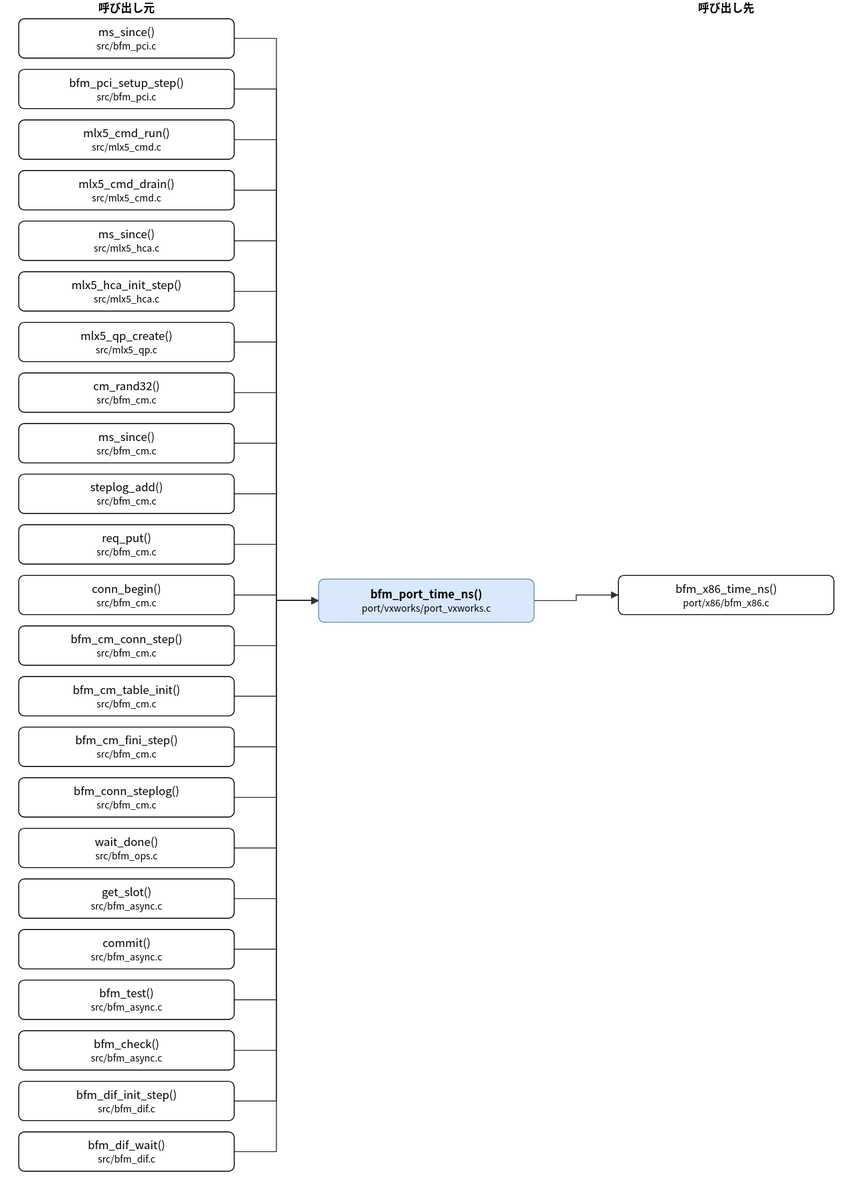
hf355051012-ai/bfmem keeps this draw.io diagram as doc/spec/images/call_port_vxworks_port_vxworks-bfm_port_time_ns.drawio.svg. Above is the earlier version. Source tidied: cells renumbered, new cells last; positions are measured from the earlier drawing's top-left corner, leaving out a move shared by most shapes.
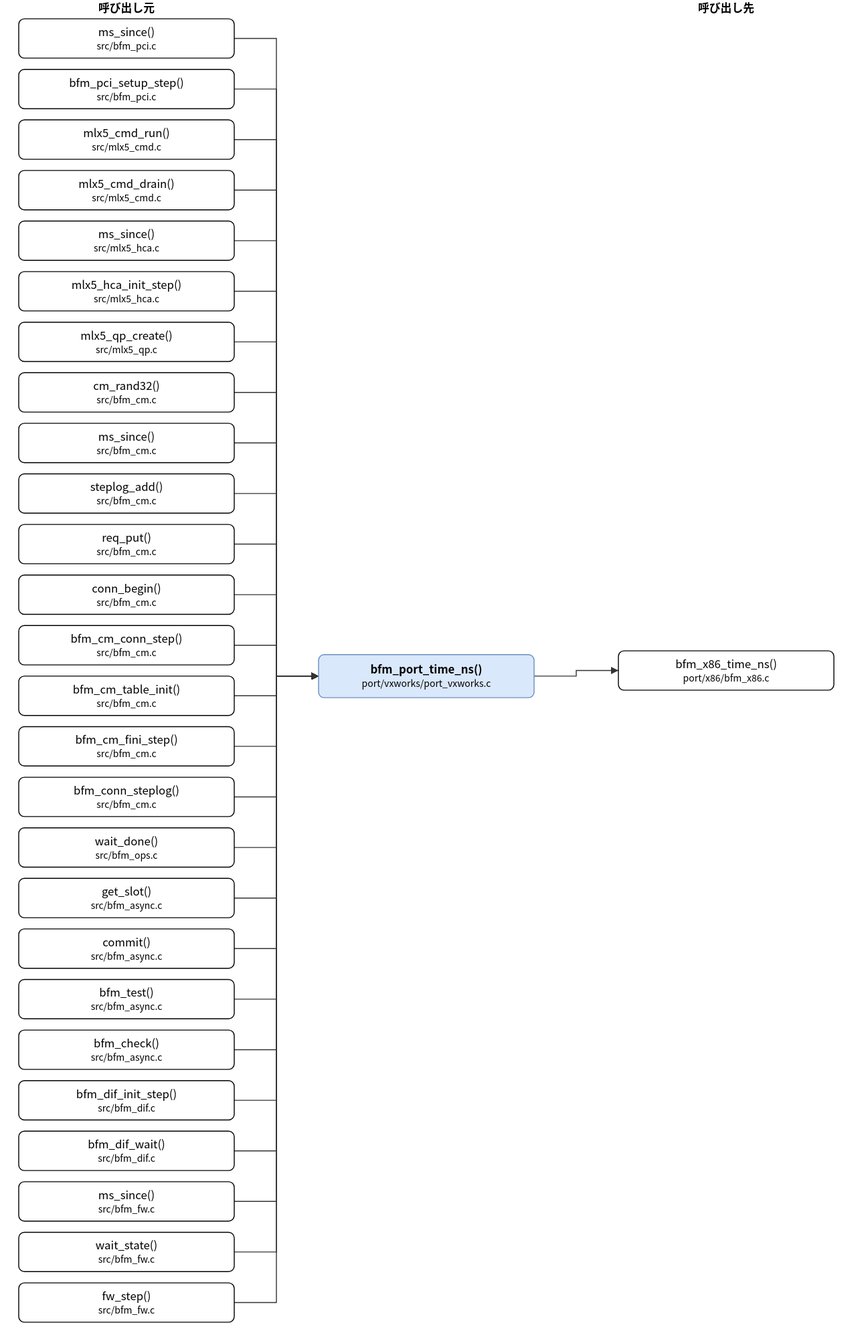
After the change.

Diff of the diagram source:
```diff
@@ -3,7 +3,7 @@
     <mxCell id="0" />
     <mxCell id="1" parent="0" />
     <mxCell id="2" value="bfm_port_time_ns()&lt;br&gt;&lt;font style=&quot;font-size:10px&quot;&gt;port/vxworks/port_vxworks.c&lt;/font&gt;" style="rounded=1;whiteSpace=wrap;html=1;fillColor=#dae8fc;strokeColor=#6c8ebf;fontStyle=1;" parent="1" vertex="1">
-      <mxGeometry x="320" y="618" width="230" height="46" as="geometry" />
+      <mxGeometry x="320" y="699" width="230" height="46" as="geometry" />
     </mxCell>
     <mxCell id="3" value="ms_since()&lt;br&gt;&lt;font style=&quot;font-size:10px&quot;&gt;src/bfm_pci.c&lt;/font&gt;" style="rounded=1;whiteSpace=wrap;html=1;" parent="1" vertex="1">
       <mxGeometry y="20" width="230" height="42" as="geometry" />
@@ -74,14 +74,23 @@
     <mxCell id="25" value="bfm_dif_wait()&lt;br&gt;&lt;font style=&quot;font-size:10px&quot;&gt;src/bfm_dif.c&lt;/font&gt;" style="rounded=1;whiteSpace=wrap;html=1;" parent="1" vertex="1">
       <mxGeometry y="1208" width="230" height="42" as="geometry" />
     </mxCell>
+    <mxCell id="53" value="ms_since()&lt;br&gt;&lt;font style=&quot;font-size:10px&quot;&gt;src/bfm_fw.c&lt;/font&gt;" style="rounded=1;whiteSpace=wrap;html=1;" parent="1" vertex="1">
+      <mxGeometry y="1262" width="230" height="42" as="geometry" />
+    </mxCell>
+    <mxCell id="54" value="wait_state()&lt;br&gt;&lt;font style=&quot;font-size:10px&quot;&gt;src/bfm_fw.c&lt;/font&gt;" style="rounded=1;whiteSpace=wrap;html=1;" parent="1" vertex="1">
+      <mxGeometry y="1316" width="230" height="42" as="geometry" />
+    </mxCell>
+    <mxCell id="55" value="fw_step()&lt;br&gt;&lt;font style=&quot;font-size:10px&quot;&gt;src/bfm_fw.c&lt;/font&gt;" style="rounded=1;whiteSpace=wrap;html=1;" parent="1" vertex="1">
+      <mxGeometry y="1370" width="230" height="42" as="geometry" />
+    </mxCell>
     <mxCell id="26" value="bfm_x86_time_ns()&lt;br&gt;&lt;font style=&quot;font-size:10px&quot;&gt;port/x86/bfm_x86.c&lt;/font&gt;" style="rounded=1;whiteSpace=wrap;html=1;" parent="1" vertex="1">
-      <mxGeometry x="640" y="614" width="230" height="42" as="geometry" />
+      <mxGeometry x="640" y="695" width="230" height="42" as="geometry" />
     </mxCell>
     <mxCell id="27" style="edgeStyle=none;html=1;rounded=0;endArrow=block;endFill=1;exitX=1.0000;exitY=0.5000;exitDx=0;exitDy=0;exitPerimeter=0;entryX=0.0000;entryY=0.5000;entryDx=0;entryDy=0;entryPerimeter=0;" parent="1" edge="1" source="3" target="2">
       <mxGeometry relative="1" as="geometry">
         <Array as="points">
           <mxPoint x="275" y="41" />
-          <mxPoint x="275" y="641" />
+          <mxPoint x="275" y="722" />
         </Array>
       </mxGeometry>
     </mxCell>
@@ -89,7 +98,7 @@
       <mxGeometry relative="1" as="geometry">
         <Array as="points">
           <mxPoint x="275" y="95" />
-          <mxPoint x="275" y="641" />
+          <mxPoint x="275" y="722" />
         </Array>
       </mxGeometry>
     </mxCell>
@@ -97,7 +106,7 @@
       <mxGeometry relative="1" as="geometry">
         <Array as="points">
           <mxPoint x="275" y="149" />
-          <mxPoint x="275" y="641" />
+          <mxPoint x="275" y="722" />
         </Array>
       </mxGeometry>
     </mxCell>
@@ -105,7 +114,7 @@
       <mxGeometry relative="1" as="geometry">
         <Array as="points">
           <mxPoint x="275" y="203" />
-          <mxPoint x="275" y="641" />
+          <mxPoint x="275" y="722" />
         </Array>
       </mxGeometry>
     </mxCell>
@@ -113,7 +122,7 @@
       <mxGeometry relative="1" as="geometry">
         <Array as="points">
           <mxPoint x="275" y="257" />
-          <mxPoint x="275" y="641" />
+          <mxPoint x="275" y="722" />
         </Array>
       </mxGeometry>
     </mxCell>
@@ -121,7 +130,7 @@
       <mxGeometry relative="1" as="geometry">
         <Array as="points">
           <mxPoint x="275" y="311" />
-          <mxPoint x="275" y="641" />
+          <mxPoint x="275" y="722" />
         </Array>
       </mxGeometry>
     </mxCell>
@@ -129,7 +138,7 @@
       <mxGeometry relative="1" as="geometry">
         <Array as="points">
           <mxPoint x="275" y="365" />
-          <mxPoint x="275" y="641" />
+          <mxPoint x="275" y="722" />
         </Array>
       </mxGeometry>
     </mxCell>
@@ -137,7 +146,7 @@
       <mxGeometry relative="1" as="geometry">
         <Array as="points">
           <mxPoint x="275" y="419" />
-          <mxPoint x="275" y="641" />
+          <mxPoint x="275" y="722" />
         </Array>
       </mxGeometry>
     </mxCell>
@@ -145,7 +154,7 @@
       <mxGeometry relative="1" as="geometry">
         <Array as="points">
           <mxPoint x="275" y="473" />
-          <mxPoint x="275" y="641" />
+          <mxPoint x="275" y="722" />
         </Array>
       </mxGeometry>
     </mxCell>
@@ -153,7 +162,7 @@
       <mxGeometry relative="1" as="geometry">
         <Array as="points">
           <mxPoint x="275" y="527" />
-          <mxPoint x="275" y="641" />
+          <mxPoint x="275" y="722" />
         </Array>
       </mxGeometry>
     </mxCell>
@@ -161,7 +170,7 @@
       <mxGeometry relative="1" as="geometry">
         <Array as="points">
           <mxPoint x="275" y="581" />
-          <mxPoint x="275" y="641" />
+          <mxPoint x="275" y="722" />
         </Array>
       </mxGeometry>
     </mxCell>
@@ -169,7 +178,7 @@
       <mxGeometry relative="1" as="geometry">
         <Array as="points">
           <mxPoint x="275" y="635" />
-          <mxPoint x="275" y="641" />
+          <mxPoint x="275" y="722" />
         </Array>
       </mxGeometry>
     </mxCell>
@@ -177,7 +186,7 @@
       <mxGeometry relative="1" as="geometry">
         <Array as="points">
           <mxPoint x="275" y="689" />
-          <mxPoint x="275" y="641" />
+          <mxPoint x="275" y="722" />
         </Array>
       </mxGeometry>
     </mxCell>
@@ -185,7 +194,7 @@
       <mxGeometry relative="1" as="geometry">
         <Array as="points">
           <mxPoint x="275" y="743" />
-          <mxPoint x="275" y="641" />
+          <mxPoint x="275" y="722" />
         </Array>
       </mxGeometry>
     </mxCell>
@@ -193,7 +202,7 @@
       <mxGeometry relative="1" as="geometry">
         <Array as="points">
           <mxPoint x="275" y="797" />
-          <mxPoint x="275" y="641" />
+          <mxPoint x="275" y="722" />
         </Array>
       </mxGeometry>
     </mxCell>
@@ -201,7 +210,7 @@
       <mxGeometry relative="1" as="geometry">
         <Array as="points">
           <mxPoint x="275" y="851" />
-          <mxPoint x="275" y="641" />
+          <mxPoint x="275" y="722" />
         </Array>
       </mxGeometry>
     </mxCell>
@@ -209,7 +218,7 @@
       <mxGeometry relative="1" as="geometry">
         <Array as="points">
           <mxPoint x="275" y="905" />
-          <mxPoint x="275" y="641" />
+          <mxPoint x="275" y="722" />
         </Array>
       </mxGeometry>
     </mxCell>
@@ -217,7 +226,7 @@
       <mxGeometry relative="1" as="geometry">
         <Array as="points">
           <mxPoint x="275" y="959" />
-          <mxPoint x="275" y="641" />
+          <mxPoint x="275" y="722" />
         </Array>
       </mxGeometry>
     </mxCell>
@@ -225,7 +234,7 @@
       <mxGeometry relative="1" as="geometry">
         <Array as="points">
           <mxPoint x="275" y="1013" />
-          <mxPoint x="275" y="641" />
+          <mxPoint x="275" y="722" />
         </Array>
       </mxGeometry>
     </mxCell>
@@ -233,7 +242,7 @@
       <mxGeometry relative="1" as="geometry">
         <Array as="points">
           <mxPoint x="275" y="1067" />
-          <mxPoint x="275" y="641" />
+          <mxPoint x="275" y="722" />
         </Array>
       </mxGeometry>
     </mxCell>
@@ -241,7 +250,7 @@
       <mxGeometry relative="1" as="geometry">
         <Array as="points">
           <mxPoint x="275" y="1121" />
-          <mxPoint x="275" y="641" />
+          <mxPoint x="275" y="722" />
         </Array>
       </mxGeometry>
     </mxCell>
@@ -249,7 +258,7 @@
       <mxGeometry relative="1" as="geometry">
         <Array as="points">
           <mxPoint x="275" y="1175" />
-          <mxPoint x="275" y="641" />
+          <mxPoint x="275" y="722" />
         </Array>
       </mxGeometry>
     </mxCell>
@@ -257,18 +266,42 @@
       <mxGeometry relative="1" as="geometry">
         <Array as="points">
           <mxPoint x="275" y="1229" />
-          <mxPoint x="275" y="641" />
+          <mxPoint x="275" y="722" />
         </Array>
       </mxGeometry>
     </mxCell>
-    <mxCell id="50" style="edgeStyle=none;html=1;rounded=0;endArrow=block;endFill=1;exitX=1.0000;exitY=0.5000;exitDx=0;exitDy=0;exitPerimeter=0;entryX=0.0000;entryY=0.5000;entryDx=0;entryDy=0;entryPerimeter=0;" parent="1" edge="1" source="2" target="26">
+    <mxCell id="50" style="edgeStyle=none;html=1;rounded=0;endArrow=block;endFill=1;exitX=1.0000;exitY=0.5000;exitDx=0;exitDy=0;exitPerimeter=0;entryX=0.0000;entryY=0.5000;entryDx=0;entryDy=0;entryPerimeter=0;" parent="1" edge="1" source="53" target="2">
       <mxGeometry relative="1" as="geometry">
         <Array as="points">
-          <mxPoint x="595" y="641" />
-          <mxPoint x="595" y="635" />
+          <mxPoint x="275" y="1283" />
+          <mxPoint x="275" y="722" />
         </Array>
       </mxGeometry>
     </mxCell>
+    <mxCell id="56" style="edgeStyle=none;html=1;rounded=0;endArrow=block;endFill=1;exitX=1.0000;exitY=0.5000;exitDx=0;exitDy=0;exitPerimeter=0;entryX=0.0000;entryY=0.5000;entryDx=0;entryDy=0;entryPerimeter=0;" parent="1" edge="1" source="54" target="2">
+      <mxGeometry relative="1" as="geometry">
+        <Array as="points">
+          <mxPoint x="275" y="1337" />
+          <mxPoint x="275" y="722" />
+        </Array>
+      </mxGeometry>
+    </mxCell>
+    <mxCell id="57" style="edgeStyle=none;html=1;rounded=0;endArrow=block;endFill=1;exitX=1.0000;exitY=0.5000;exitDx=0;exitDy=0;exitPerimeter=0;entryX=0.0000;entryY=0.5000;entryDx=0;entryDy=0;entryPerimeter=0;" parent="1" edge="1" source="55" target="2">
+      <mxGeometry relative="1" as="geometry">
+        <Array as="points">
+          <mxPoint x="275" y="1391" />
+          <mxPoint x="275" y="722" />
+        </Array>
+      </mxGeometry>
+    </mxCell>
+    <mxCell id="58" style="edgeStyle=none;html=1;rounded=0;endArrow=block;endFill=1;exitX=1.0000;exitY=0.5000;exitDx=0;exitDy=0;exitPerimeter=0;entryX=0.0000;entryY=0.5000;entryDx=0;entryDy=0;entryPerimeter=0;" parent="1" edge="1" source="2" target="26">
+      <mxGeometry relative="1" as="geometry">
+        <Array as="points">
+          <mxPoint x="595" y="722" />
+          <mxPoint x="595" y="716" />
+        </Array>
+      </mxGeometry>
+    </mxCell>
     <mxCell id="51" value="呼び出し元" style="text;html=1;align=center;fontStyle=1;" parent="1" vertex="1">
       <mxGeometry x="35" width="160" height="18" as="geometry" />
     </mxCell>
```
